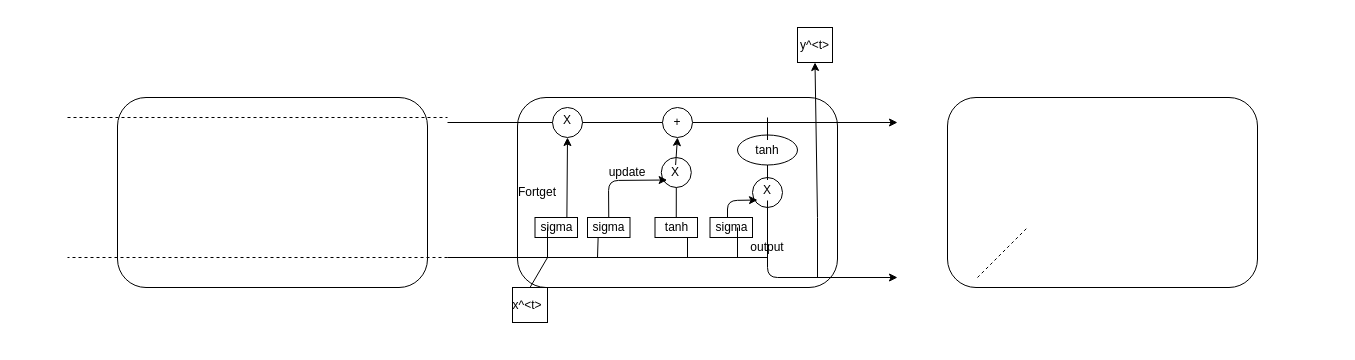
Before: Untitled Diagram.drawio in PHOENIX26012000/text_summurization_abstractive_methods, a draw.io diagram. Source tidied: cells renumbered, new cells numbered last; positions are measured from the earlier drawing's top-left corner, leaving out a move shared by most shapes. Both pictures are drawn from the tidied source at 100%, with x=0, y=0 at pixel (67, 27).
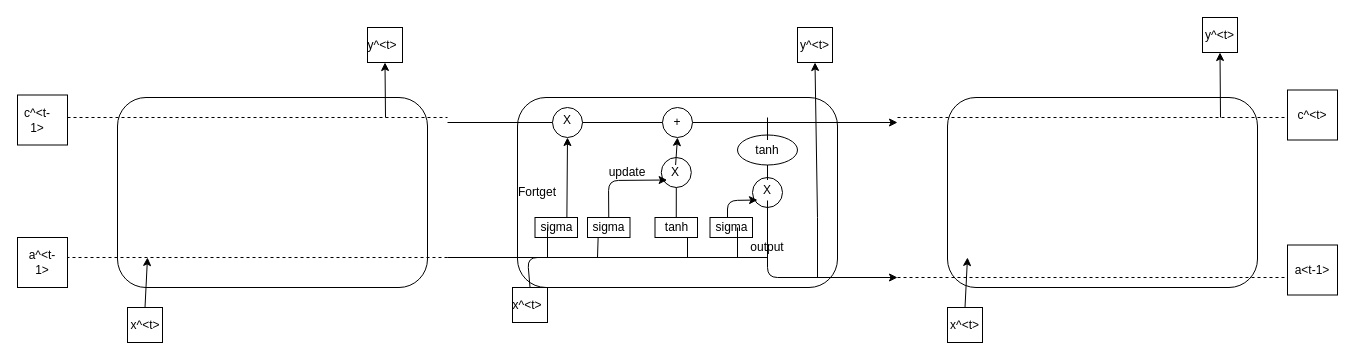
The same page after the edit.

Unchanged cells that the change refers to:
```xml
<mxCell id="35" style="whiteSpace=wrap;html=1;" parent="1" vertex="1">
  <mxGeometry x="445" y="260" width="35" height="35" as="geometry" />
</mxCell>
```

The edit, as a diff of the source:
```diff
@@
     <mxCell id="36" style="endArrow=none;html=1;exitX=0.5;exitY=0;exitDx=0;exitDy=0;" parent="1" edge="1" source="35">
       <mxGeometry relative="1" as="geometry">
         <mxPoint x="480" y="230" as="targetPoint" />
+        <Array as="points">
+          <mxPoint x="460" y="230" />
+        </Array>
       </mxGeometry>
     </mxCell>
@@
     <mxCell id="46" style="endArrow=none;dashed=1;html=1;" parent="1" edge="1">
       <mxGeometry relative="1" as="geometry">
-        <mxPoint x="910" y="250" as="sourcePoint" />
-        <mxPoint x="960" y="200" as="targetPoint" />
+        <mxPoint x="830" y="250" as="sourcePoint" />
+        <mxPoint x="1220" y="250" as="targetPoint" />
       </mxGeometry>
     </mxCell>
+    <mxCell id="47" style="endArrow=none;dashed=1;html=1;" parent="1" edge="1">
+      <mxGeometry relative="1" as="geometry">
+        <mxPoint x="830" y="90" as="sourcePoint" />
+        <mxPoint x="1220" y="90" as="targetPoint" />
+      </mxGeometry>
+    </mxCell>
+    <mxCell id="48" style="whiteSpace=wrap;html=1;" parent="1" vertex="1">
+      <mxGeometry x="-50" y="67.5" width="50" height="50" as="geometry" />
+    </mxCell>
+    <mxCell id="49" style="whiteSpace=wrap;html=1;" parent="1" vertex="1">
+      <mxGeometry x="-50" y="210" width="50" height="50" as="geometry" />
+    </mxCell>
+    <mxCell id="50" style="whiteSpace=wrap;html=1;" parent="1" vertex="1">
+      <mxGeometry x="1220" y="62.5" width="50" height="50" as="geometry" />
+    </mxCell>
+    <mxCell id="51" style="whiteSpace=wrap;html=1;" parent="1" vertex="1">
+      <mxGeometry x="1220" y="217.5" width="50" height="50" as="geometry" />
+    </mxCell>
+    <mxCell id="52" value="c^&amp;lt;t-1&amp;gt;" style="text;html=1;strokeColor=none;fillColor=none;align=center;verticalAlign=middle;whiteSpace=wrap;rounded=0;" parent="1" vertex="1">
+      <mxGeometry x="-50" y="82.5" width="40" height="20" as="geometry" />
+    </mxCell>
+    <mxCell id="53" value="a^&amp;lt;t-1&amp;gt;" style="text;html=1;strokeColor=none;fillColor=none;align=center;verticalAlign=middle;whiteSpace=wrap;rounded=0;" parent="1" vertex="1">
+      <mxGeometry x="-45" y="225" width="40" height="20" as="geometry" />
+    </mxCell>
+    <mxCell id="54" value="c^&amp;lt;t&amp;gt;" style="text;html=1;strokeColor=none;fillColor=none;align=center;verticalAlign=middle;whiteSpace=wrap;rounded=0;" parent="1" vertex="1">
+      <mxGeometry x="1225" y="77.5" width="40" height="20" as="geometry" />
+    </mxCell>
+    <mxCell id="55" value="a&amp;lt;t-1&amp;gt;" style="text;html=1;strokeColor=none;fillColor=none;align=center;verticalAlign=middle;whiteSpace=wrap;rounded=0;" parent="1" vertex="1">
+      <mxGeometry x="1225" y="232.5" width="40" height="20" as="geometry" />
+    </mxCell>
+    <mxCell id="56" style="whiteSpace=wrap;html=1;" parent="1" vertex="1">
+      <mxGeometry x="60" y="280" width="35" height="35" as="geometry" />
+    </mxCell>
+    <mxCell id="57" style="endArrow=classic;html=1;exitX=0.5;exitY=0;exitDx=0;exitDy=0;" parent="1" edge="1" source="56">
+      <mxGeometry relative="1" as="geometry">
+        <mxPoint x="80" y="230" as="targetPoint" />
+      </mxGeometry>
+    </mxCell>
+    <mxCell id="58" style="whiteSpace=wrap;html=1;" parent="1" vertex="1">
+      <mxGeometry x="300" width="35" height="35" as="geometry" />
+    </mxCell>
+    <mxCell id="59" style="endArrow=classic;html=1;entryX=0.5;entryY=1;entryDx=0;entryDy=0;" parent="1" edge="1" target="58">
+      <mxGeometry relative="1" as="geometry">
+        <mxPoint x="318" y="90" as="sourcePoint" />
+      </mxGeometry>
+    </mxCell>
+    <mxCell id="60" value="x^&amp;lt;t&amp;gt;" style="whiteSpace=wrap;html=1;" parent="1" vertex="1">
+      <mxGeometry x="880" y="280" width="35" height="35" as="geometry" />
+    </mxCell>
+    <mxCell id="61" style="endArrow=classic;html=1;exitX=0.5;exitY=0;exitDx=0;exitDy=0;" parent="1" edge="1" source="60">
+      <mxGeometry relative="1" as="geometry">
+        <mxPoint x="900" y="230" as="targetPoint" />
+      </mxGeometry>
+    </mxCell>
+    <mxCell id="62" value="y^&amp;lt;t&amp;gt;" style="whiteSpace=wrap;html=1;" parent="1" vertex="1">
+      <mxGeometry x="1135" y="-10" width="35" height="35" as="geometry" />
+    </mxCell>
+    <mxCell id="63" style="endArrow=classic;html=1;entryX=0.5;entryY=1;entryDx=0;entryDy=0;" parent="1" edge="1" target="62">
+      <mxGeometry relative="1" as="geometry">
+        <mxPoint x="1153" y="90" as="sourcePoint" />
+      </mxGeometry>
+    </mxCell>
+    <mxCell id="64" value="x^&amp;lt;t&amp;gt;" style="text;html=1;strokeColor=none;fillColor=none;align=center;verticalAlign=middle;whiteSpace=wrap;rounded=0;" parent="1" vertex="1">
+      <mxGeometry x="57.5" y="287.5" width="40" height="20" as="geometry" />
+    </mxCell>
+    <mxCell id="65" value="y^&amp;lt;t&amp;gt;" style="text;html=1;strokeColor=none;fillColor=none;align=center;verticalAlign=middle;whiteSpace=wrap;rounded=0;" parent="1" vertex="1">
+      <mxGeometry x="295" y="7.5" width="40" height="20" as="geometry" />
+    </mxCell>
```
